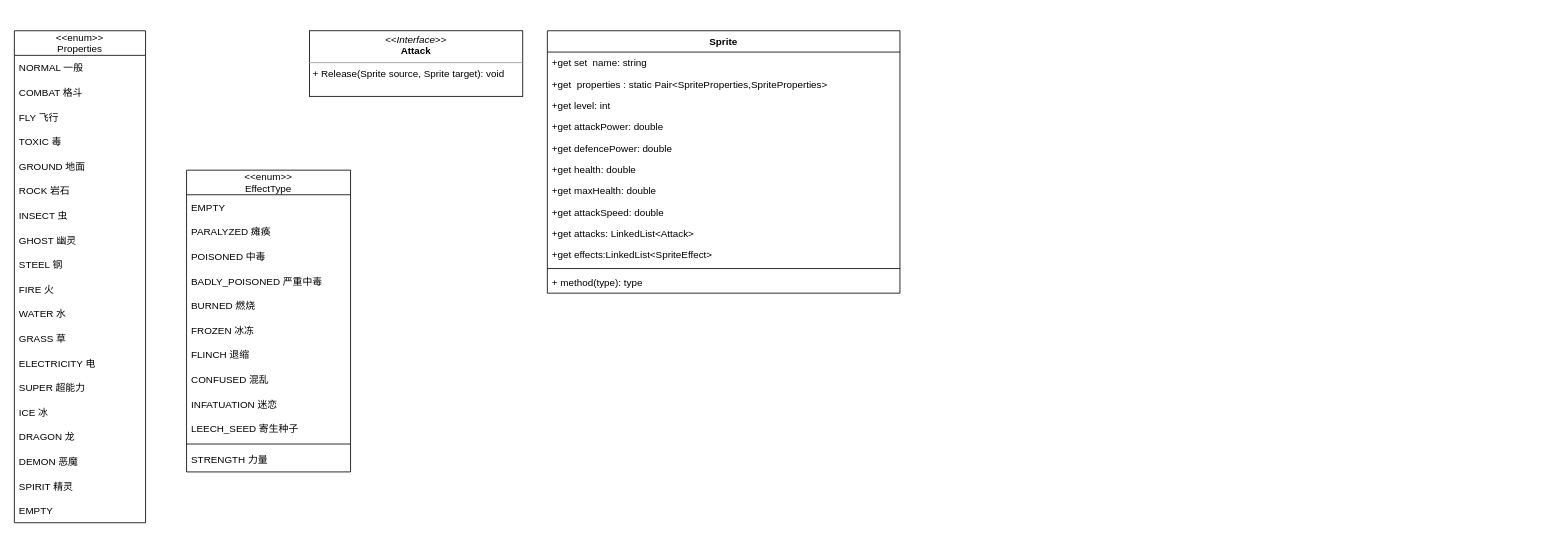
This is assets/design/类设计.drawio from qingzhixing/SimplePokemon, a draw.io file, before an edit. Source tidied: cells renumbered, new cells numbered last; positions are measured from the earlier drawing's top-left corner, leaving out a move shared by most shapes. Both pictures are drawn from the tidied source at 82%, with x=0, y=0 at pixel (14, 30).
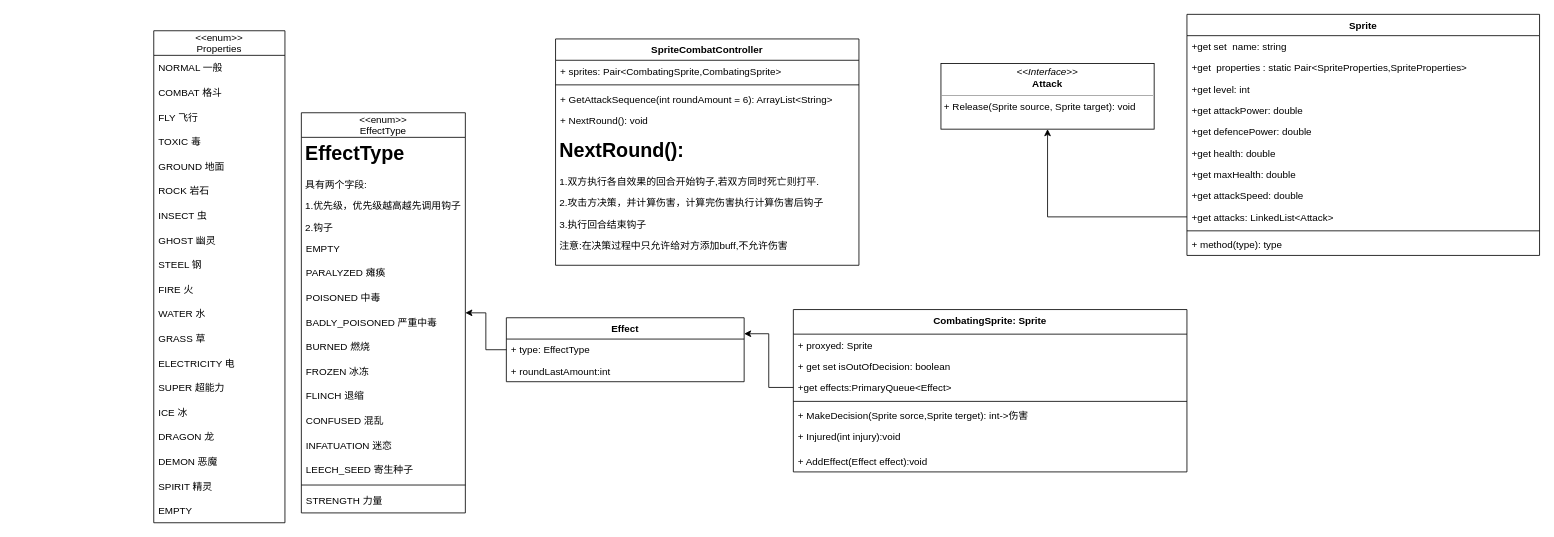
Above is the later version.

The change refers to these unchanged cells:
```xml
<mxCell id="31" value="+get attacks: LinkedList&lt;Attack&gt;" style="text;strokeColor=none;fillColor=none;align=left;verticalAlign=top;spacingLeft=4;spacingRight=4;overflow=hidden;points=[[0,0.5],[1,0.5]];portConstraint=eastwest;" parent="22" vertex="1">
  <mxGeometry y="234" width="430" height="26" as="geometry" />
</mxCell>
```

Diff of the diagram source:
```diff
@@
     <mxCell id="2" value="&lt;&lt;enum&gt;&gt;&#10;Properties" style="swimlane;fontStyle=0;horizontal=1;startSize=30;" parent="1" vertex="1">
-      <mxGeometry width="160" height="600" as="geometry" />
+      <mxGeometry x="170" width="160" height="600" as="geometry" />
     </mxCell>
@@
     <mxCell id="22" value="Sprite" style="swimlane;fontStyle=1;align=center;verticalAlign=top;horizontal=1;startSize=26;" parent="1" vertex="1">
-      <mxGeometry x="650" width="430" height="320" as="geometry" />
+      <mxGeometry x="1430" y="-20" width="430" height="294" as="geometry" />
     </mxCell>
@@
-    <mxCell id="32" value="+get effects:LinkedList&lt;SpriteEffect&gt;" style="text;strokeColor=none;fillColor=none;align=left;verticalAlign=top;spacingLeft=4;spacingRight=4;overflow=hidden;points=[[0,0.5],[1,0.5]];portConstraint=eastwest;" parent="22" vertex="1">
-      <mxGeometry y="260" width="430" height="26" as="geometry" />
-    </mxCell>
     <mxCell id="33" style="line;strokeWidth=1;fillColor=none;align=left;verticalAlign=middle;spacingTop=-1;spacingLeft=3;spacingRight=3;labelPosition=right;" parent="22" vertex="1">
-      <mxGeometry y="286" width="430" height="8" as="geometry" />
+      <mxGeometry y="260" width="430" height="8" as="geometry" />
     </mxCell>
     <mxCell id="34" value="+ method(type): type" style="text;strokeColor=none;fillColor=none;align=left;verticalAlign=top;spacingLeft=4;spacingRight=4;overflow=hidden;" parent="22" vertex="1">
-      <mxGeometry y="294" width="430" height="26" as="geometry" />
+      <mxGeometry y="268" width="430" height="26" as="geometry" />
     </mxCell>
     <mxCell id="35" value="&lt;p style=&quot;margin:0px;margin-top:4px;text-align:center;&quot;&gt;&lt;i&gt;&amp;lt;&amp;lt;Interface&amp;gt;&amp;gt;&lt;/i&gt;&lt;br&gt;&lt;b&gt;Attack&lt;/b&gt;&lt;/p&gt;&lt;hr size=&quot;1&quot;&gt;&lt;p style=&quot;margin:0px;margin-left:4px;&quot;&gt;+ Release(Sprite source, Sprite target): void&lt;br&gt;&lt;/p&gt;" style="verticalAlign=top;align=left;overflow=fill;fontSize=12;fontFamily=Helvetica;html=1;" parent="1" vertex="1">
-      <mxGeometry x="360" width="260" height="80" as="geometry" />
+      <mxGeometry x="1130" y="40" width="260" height="80" as="geometry" />
     </mxCell>
     <mxCell id="36" value="&lt;&lt;enum&gt;&gt;&#10;EffectType" style="swimlane;fontStyle=0;horizontal=1;startSize=30;" parent="1" vertex="1">
-      <mxGeometry x="210" y="170" width="200" height="368" as="geometry" />
+      <mxGeometry x="350" y="100" width="200" height="488" as="geometry" />
     </mxCell>
+    <mxCell id="49" value="&lt;h1&gt;EffectType&lt;/h1&gt;&lt;p&gt;具有两个字段:&lt;/p&gt;&lt;p&gt;1.优先级，优先级越高越先调用钩子&lt;/p&gt;&lt;p&gt;2.钩子&lt;/p&gt;" style="text;html=1;strokeColor=none;fillColor=none;spacing=5;spacingTop=-20;whiteSpace=wrap;overflow=hidden;rounded=0;" parent="36" vertex="1">
+      <mxGeometry y="30" width="200" height="120" as="geometry" />
+    </mxCell>
     <mxCell id="37" value="EMPTY" style="text;strokeColor=none;fillColor=none;align=left;verticalAlign=middle;spacingLeft=4;spacingRight=4;overflow=hidden;" parent="36" vertex="1">
-      <mxGeometry y="30" width="200" height="30" as="geometry" />
+      <mxGeometry y="150" width="200" height="30" as="geometry" />
     </mxCell>
     <mxCell id="38" value="PARALYZED 瘫痪" style="text;strokeColor=none;fillColor=none;align=left;verticalAlign=middle;spacingLeft=4;spacingRight=4;overflow=hidden;" parent="36" vertex="1">
-      <mxGeometry y="60" width="200" height="30" as="geometry" />
+      <mxGeometry y="180" width="200" height="30" as="geometry" />
     </mxCell>
     <mxCell id="39" value="POISONED 中毒" style="text;strokeColor=none;fillColor=none;align=left;verticalAlign=middle;spacingLeft=4;spacingRight=4;overflow=hidden;" parent="36" vertex="1">
-      <mxGeometry y="90" width="200" height="30" as="geometry" />
+      <mxGeometry y="210" width="200" height="30" as="geometry" />
     </mxCell>
     <mxCell id="40" value="BADLY_POISONED 严重中毒" style="text;strokeColor=none;fillColor=none;align=left;verticalAlign=middle;spacingLeft=4;spacingRight=4;overflow=hidden;" parent="36" vertex="1">
-      <mxGeometry y="120" width="200" height="30" as="geometry" />
+      <mxGeometry y="240" width="200" height="30" as="geometry" />
     </mxCell>
     <mxCell id="41" value="BURNED 燃烧" style="text;strokeColor=none;fillColor=none;align=left;verticalAlign=middle;spacingLeft=4;spacingRight=4;overflow=hidden;" parent="36" vertex="1">
-      <mxGeometry y="150" width="200" height="30" as="geometry" />
+      <mxGeometry y="270" width="200" height="30" as="geometry" />
     </mxCell>
     <mxCell id="42" value="FROZEN 冰冻" style="text;strokeColor=none;fillColor=none;align=left;verticalAlign=middle;spacingLeft=4;spacingRight=4;overflow=hidden;" parent="36" vertex="1">
-      <mxGeometry y="180" width="200" height="30" as="geometry" />
+      <mxGeometry y="300" width="200" height="30" as="geometry" />
     </mxCell>
     <mxCell id="43" value="FLINCH 退缩" style="text;strokeColor=none;fillColor=none;align=left;verticalAlign=middle;spacingLeft=4;spacingRight=4;overflow=hidden;" parent="36" vertex="1">
-      <mxGeometry y="210" width="200" height="30" as="geometry" />
+      <mxGeometry y="330" width="200" height="30" as="geometry" />
     </mxCell>
     <mxCell id="44" value="CONFUSED 混乱" style="text;strokeColor=none;fillColor=none;align=left;verticalAlign=middle;spacingLeft=4;spacingRight=4;overflow=hidden;" parent="36" vertex="1">
-      <mxGeometry y="240" width="200" height="30" as="geometry" />
+      <mxGeometry y="360" width="200" height="30" as="geometry" />
     </mxCell>
     <mxCell id="45" value="INFATUATION 迷恋" style="text;strokeColor=none;fillColor=none;align=left;verticalAlign=middle;spacingLeft=4;spacingRight=4;overflow=hidden;" parent="36" vertex="1">
-      <mxGeometry y="270" width="200" height="30" as="geometry" />
+      <mxGeometry y="390" width="200" height="30" as="geometry" />
     </mxCell>
     <mxCell id="46" value="LEECH_SEED 寄生种子" style="text;strokeColor=none;fillColor=none;align=left;verticalAlign=middle;spacingLeft=4;spacingRight=4;overflow=hidden;" parent="36" vertex="1">
-      <mxGeometry y="300" width="200" height="30" as="geometry" />
+      <mxGeometry y="420" width="200" height="30" as="geometry" />
     </mxCell>
     <mxCell id="47" style="line;strokeWidth=1;fillColor=none;align=left;verticalAlign=middle;spacingTop=-1;spacingLeft=3;spacingRight=3;labelPosition=right;" parent="36" vertex="1">
-      <mxGeometry y="330" width="200" height="8" as="geometry" />
+      <mxGeometry y="450" width="200" height="8" as="geometry" />
     </mxCell>
     <mxCell id="48" value="STRENGTH 力量" style="text;strokeColor=none;fillColor=none;align=left;verticalAlign=middle;spacingLeft=4;spacingRight=4;overflow=hidden;" parent="36" vertex="1">
-      <mxGeometry y="338" width="200" height="30" as="geometry" />
+      <mxGeometry y="458" width="200" height="30" as="geometry" />
     </mxCell>
+    <mxCell id="50" value="SpriteCombatController" style="swimlane;fontStyle=1;align=center;verticalAlign=top;horizontal=1;startSize=26;" parent="1" vertex="1">
+      <mxGeometry x="660" y="10" width="370" height="276" as="geometry" />
+    </mxCell>
+    <mxCell id="51" value="+ sprites: Pair&lt;CombatingSprite,CombatingSprite&gt;" style="text;strokeColor=none;fillColor=none;align=left;verticalAlign=top;spacingLeft=4;spacingRight=4;overflow=hidden;" parent="50" vertex="1">
+      <mxGeometry y="26" width="370" height="26" as="geometry" />
+    </mxCell>
+    <mxCell id="52" style="line;strokeWidth=1;fillColor=none;align=left;verticalAlign=middle;spacingTop=-1;spacingLeft=3;spacingRight=3;labelPosition=right;" parent="50" vertex="1">
+      <mxGeometry y="52" width="370" height="8" as="geometry" />
+    </mxCell>
+    <mxCell id="53" value="+ GetAttackSequence(int roundAmount = 6): ArrayList&lt;String&gt;" style="text;strokeColor=none;fillColor=none;align=left;verticalAlign=top;spacingLeft=4;spacingRight=4;overflow=hidden;" parent="50" vertex="1">
+      <mxGeometry y="60" width="370" height="26" as="geometry" />
+    </mxCell>
+    <mxCell id="54" value="+ NextRound(): void " style="text;strokeColor=none;fillColor=none;align=left;verticalAlign=top;spacingLeft=4;spacingRight=4;overflow=hidden;" parent="50" vertex="1">
+      <mxGeometry y="86" width="370" height="30" as="geometry" />
+    </mxCell>
+    <mxCell id="55" value="&lt;h1&gt;NextRound():&lt;/h1&gt;&lt;p&gt;1.双方执行各自效果的回合开始钩子,若双方同时死亡则打平.&lt;/p&gt;&lt;p&gt;2.攻击方决策，并计算伤害，计算完伤害执行计算伤害后钩子&lt;/p&gt;&lt;p&gt;3.执行回合结束钩子&lt;/p&gt;&lt;p&gt;注意:在决策过程中只允许给对方添加buff,不允许伤害&lt;/p&gt;" style="text;html=1;strokeColor=none;fillColor=none;spacing=5;spacingTop=-20;whiteSpace=wrap;overflow=hidden;rounded=0;" parent="50" vertex="1">
+      <mxGeometry y="116" width="370" height="160" as="geometry" />
+    </mxCell>
+    <mxCell id="56" value="CombatingSprite: Sprite" style="swimlane;fontStyle=1;align=center;verticalAlign=top;horizontal=1;startSize=30;" parent="1" vertex="1">
+      <mxGeometry x="950" y="340" width="480" height="198" as="geometry" />
+    </mxCell>
+    <mxCell id="57" value="+ proxyed: Sprite" style="text;strokeColor=none;fillColor=none;align=left;verticalAlign=top;spacingLeft=4;spacingRight=4;overflow=hidden;" parent="56" vertex="1">
+      <mxGeometry y="30" width="480" height="26" as="geometry" />
+    </mxCell>
+    <mxCell id="58" value="+ get set isOutOfDecision: boolean" style="text;strokeColor=none;fillColor=none;align=left;verticalAlign=top;spacingLeft=4;spacingRight=4;overflow=hidden;" parent="56" vertex="1">
+      <mxGeometry y="56" width="480" height="26" as="geometry" />
+    </mxCell>
+    <mxCell id="32" value="+get effects:PrimaryQueue&lt;Effect&gt;" style="text;strokeColor=none;fillColor=none;align=left;verticalAlign=top;spacingLeft=4;spacingRight=4;overflow=hidden;points=[[0,0.5],[1,0.5]];portConstraint=eastwest;" parent="56" vertex="1">
+      <mxGeometry y="82" width="480" height="26" as="geometry" />
+    </mxCell>
+    <mxCell id="59" style="line;strokeWidth=1;fillColor=none;align=left;verticalAlign=middle;spacingTop=-1;spacingLeft=3;spacingRight=3;labelPosition=right;" parent="56" vertex="1">
+      <mxGeometry y="108" width="480" height="8" as="geometry" />
+    </mxCell>
+    <mxCell id="60" value="+ MakeDecision(Sprite sorce,Sprite terget): int-&gt;伤害" style="text;strokeColor=none;fillColor=none;align=left;verticalAlign=top;spacingLeft=4;spacingRight=4;overflow=hidden;" parent="56" vertex="1">
+      <mxGeometry y="116" width="480" height="26" as="geometry" />
+    </mxCell>
+    <mxCell id="61" value="+ Injured(int injury):void" style="text;strokeColor=none;fillColor=none;align=left;verticalAlign=top;spacingLeft=4;spacingRight=4;overflow=hidden;" parent="56" vertex="1">
+      <mxGeometry y="142" width="480" height="30" as="geometry" />
+    </mxCell>
+    <mxCell id="62" value="+ AddEffect(Effect effect):void" style="text;strokeColor=none;fillColor=none;align=left;verticalAlign=top;spacingLeft=4;spacingRight=4;overflow=hidden;" parent="56" vertex="1">
+      <mxGeometry y="172" width="480" height="26" as="geometry" />
+    </mxCell>
+    <mxCell id="63" value="Effect" style="swimlane;fontStyle=1;align=center;verticalAlign=top;horizontal=1;startSize=26;" parent="1" vertex="1">
+      <mxGeometry x="600" y="350" width="290" height="78" as="geometry" />
+    </mxCell>
+    <mxCell id="64" value="+ type: EffectType" style="text;strokeColor=none;fillColor=none;align=left;verticalAlign=top;spacingLeft=4;spacingRight=4;overflow=hidden;points=[[0,0.5],[1,0.5]];portConstraint=eastwest;" parent="63" vertex="1">
+      <mxGeometry y="26" width="290" height="26" as="geometry" />
+    </mxCell>
+    <mxCell id="65" value="+ roundLastAmount:int" style="text;strokeColor=none;fillColor=none;align=left;verticalAlign=top;spacingLeft=4;spacingRight=4;overflow=hidden;" parent="63" vertex="1">
+      <mxGeometry y="52" width="290" height="26" as="geometry" />
+    </mxCell>
+    <mxCell id="66" style="edgeStyle=orthogonalEdgeStyle;rounded=0;jettySize=auto;html=1;" parent="1" edge="1" source="64" target="36">
+      <mxGeometry relative="1" as="geometry" />
+    </mxCell>
+    <mxCell id="67" style="edgeStyle=orthogonalEdgeStyle;rounded=0;jettySize=auto;html=1;entryX=1;entryY=0.25;entryDx=0;entryDy=0;" parent="1" edge="1" source="32" target="63">
+      <mxGeometry relative="1" as="geometry" />
+    </mxCell>
+    <mxCell id="68" style="edgeStyle=orthogonalEdgeStyle;rounded=0;jettySize=auto;html=1;" parent="1" edge="1" source="31" target="35">
+      <mxGeometry relative="1" as="geometry" />
+    </mxCell>
```
